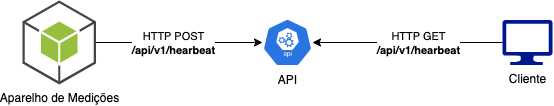
Earlier version of the draw.io export assets/architecture.png (pmabatista/heart-beat-monitor-plus). Source tidied: cells renumbered, new cells last; positions are measured from the earlier drawing's top-left corner, leaving out a move shared by most shapes.
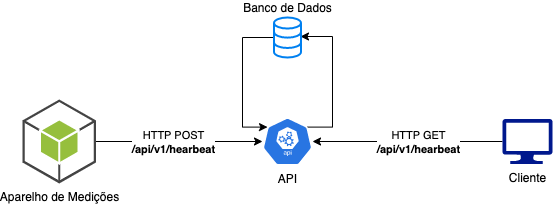
After the change.

Commit message:
chore: update architecture asset

The edit, as a diff of the source:
```diff
@@ -11,6 +11,14 @@
     <mxCell id="4" value="HTTP GET&lt;br&gt;&lt;b&gt;/api/v1/hearbeat&lt;/b&gt;" style="edgeLabel;html=1;align=center;verticalAlign=middle;" parent="3" vertex="1">
       <mxGeometry x="-0.11" relative="1" as="geometry" />
     </mxCell>
+    <mxCell id="9" style="edgeStyle=orthogonalEdgeStyle;rounded=0;jettySize=auto;html=1;entryX=0.981;entryY=0.475;entryDx=0;entryDy=0;entryPerimeter=0;exitX=0.9;exitY=0.2;exitDx=0;exitDy=0;exitPerimeter=0;" parent="1" edge="1" source="5" target="11">
+      <mxGeometry relative="1" as="geometry">
+        <Array as="points">
+          <mxPoint x="310" y="28" />
+          <mxPoint x="310" y="-63" />
+        </Array>
+      </mxGeometry>
+    </mxCell>
     <mxCell id="5" value="API" style="sketch=0;html=1;dashed=0;whitespace=wrap;fillColor=#2875E2;strokeColor=#ffffff;points=[[0.005,0.63,0],[0.1,0.2,0],[0.9,0.2,0],[0.5,0,0],[0.995,0.63,0],[0.72,0.99,0],[0.5,1,0],[0.28,0.99,0]];verticalLabelPosition=bottom;align=center;verticalAlign=top;shape=mxgraph.kubernetes.icon;prIcon=api;" parent="1" vertex="1">
       <mxGeometry x="240" y="18" width="50" height="48" as="geometry" />
     </mxCell>
@@ -25,5 +33,16 @@
     <mxCell id="8" value="Aparelho de Medições" style="outlineConnect=0;dashed=0;verticalLabelPosition=bottom;verticalAlign=top;align=center;html=1;shape=mxgraph.aws3.android;fillColor=#96BF3D;gradientColor=none;" parent="1" vertex="1">
       <mxGeometry width="73.5" height="84" as="geometry" />
     </mxCell>
+    <mxCell id="10" style="edgeStyle=orthogonalEdgeStyle;rounded=0;jettySize=auto;html=1;entryX=0.1;entryY=0.2;entryDx=0;entryDy=0;entryPerimeter=0;" parent="1" edge="1" source="11" target="5">
+      <mxGeometry relative="1" as="geometry">
+        <Array as="points">
+          <mxPoint x="220" y="-62" />
+          <mxPoint x="220" y="28" />
+        </Array>
+      </mxGeometry>
+    </mxCell>
+    <mxCell id="11" value="Banco de Dados" style="html=1;verticalLabelPosition=top;align=center;labelBackgroundColor=#ffffff;verticalAlign=bottom;strokeWidth=2;strokeColor=#0080F0;shadow=0;dashed=0;shape=mxgraph.ios7.icons.data;labelPosition=center;" parent="1" vertex="1">
+      <mxGeometry x="251.5" y="-82" width="27" height="40" as="geometry" />
+    </mxCell>
   </root>
 </mxGraphModel>
```
